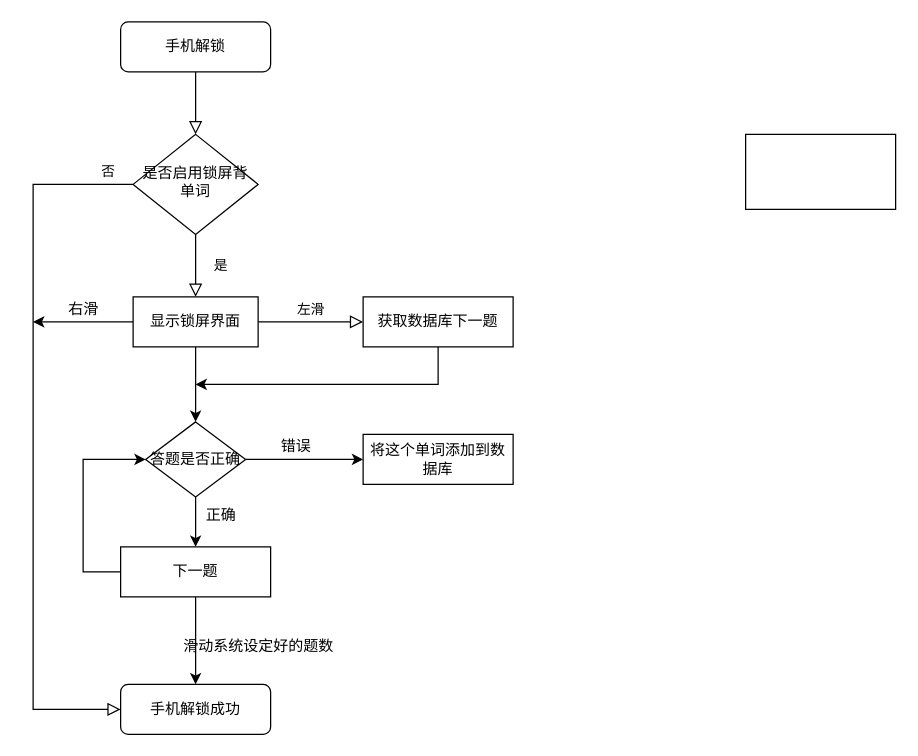
This is 锁屏背单词操作流程图.drawio from TLTwistz/test, a draw.io file, before an edit. Source tidied: cells renumbered, new cells numbered last; positions are measured from the earlier drawing's top-left corner, leaving out a move shared by most shapes. Both pictures are drawn from the tidied source at 125%, with x=0, y=0 at pixel (32, 21).
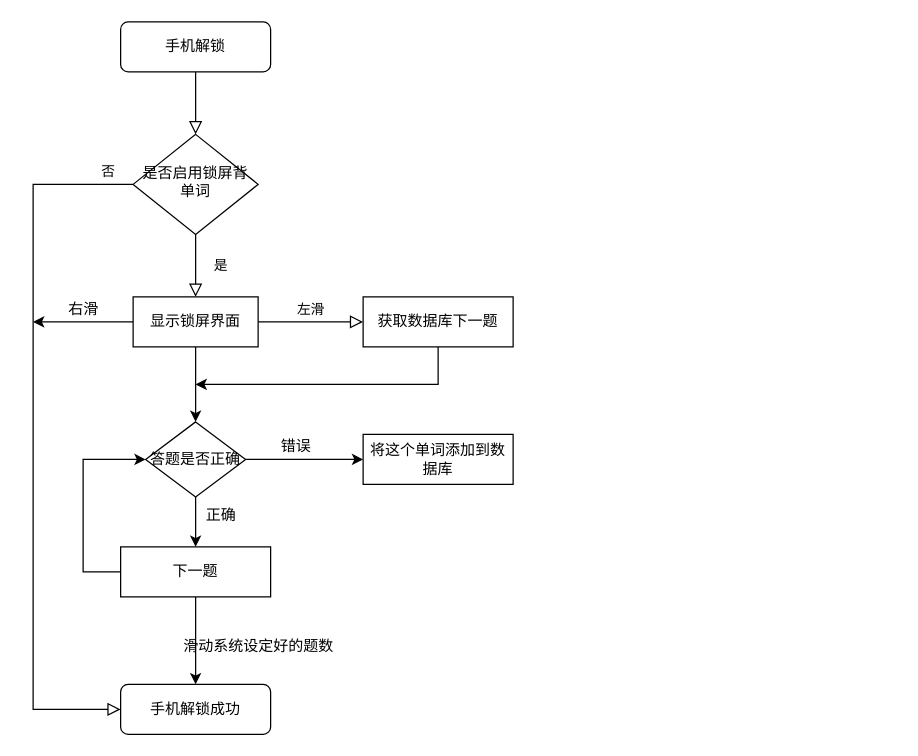
Above is the later version.

Commit message (it also covers changes not shown here):
锁屏背单词操作流程图.drawio

Change to the diagram source:
```diff
@@
-    <mxCell id="13" style="rounded=0;whiteSpace=wrap;html=1;" parent="1" vertex="1">
-      <mxGeometry x="570" y="90" width="120" height="60" as="geometry" />
-    </mxCell>
```
